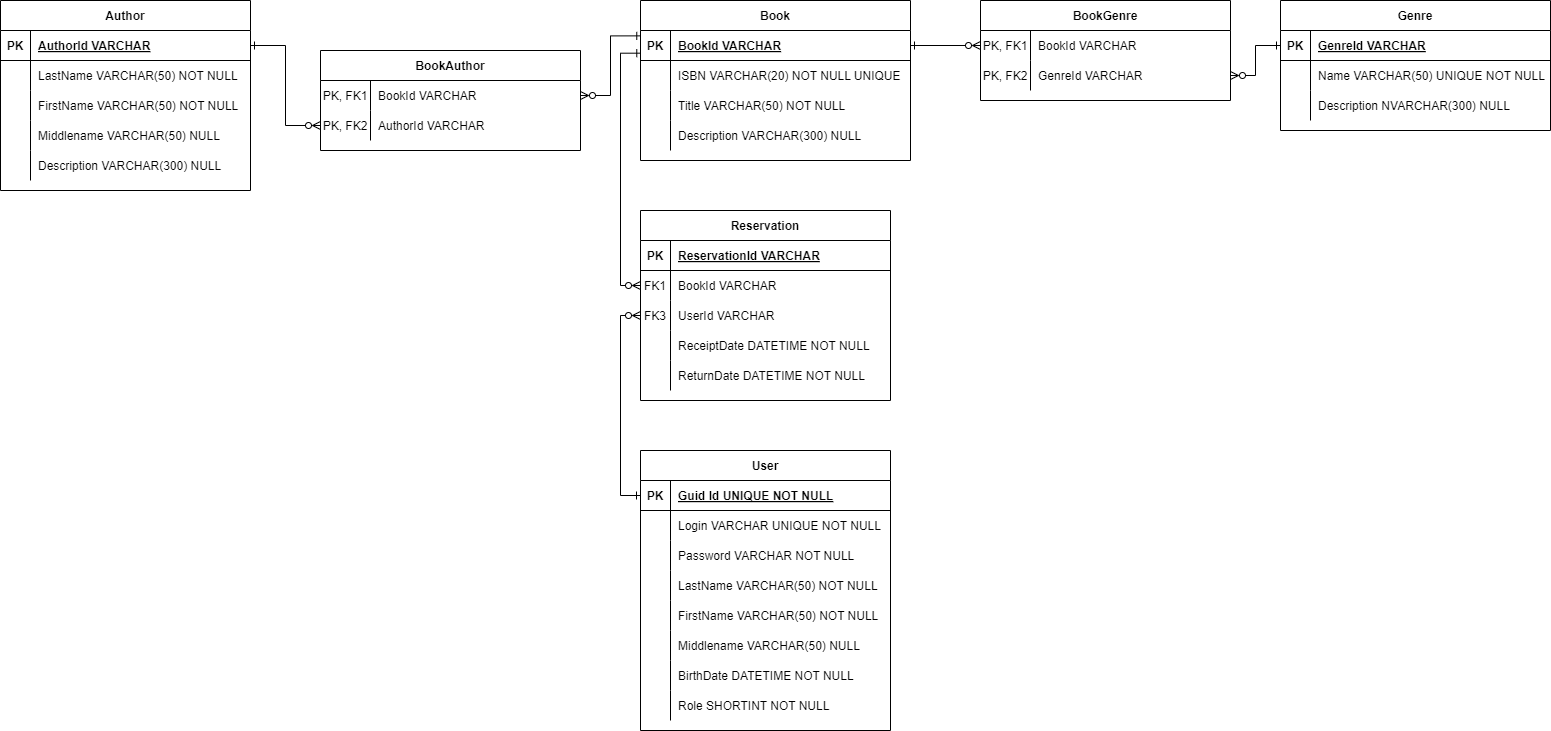
Clach-dev/Library keeps this draw.io diagram as Images/LibraryDatabase.png. Above is the earlier version. Source tidied: cells renumbered, new cells last; positions are measured from the earlier drawing's top-left corner, leaving out a move shared by most shapes.
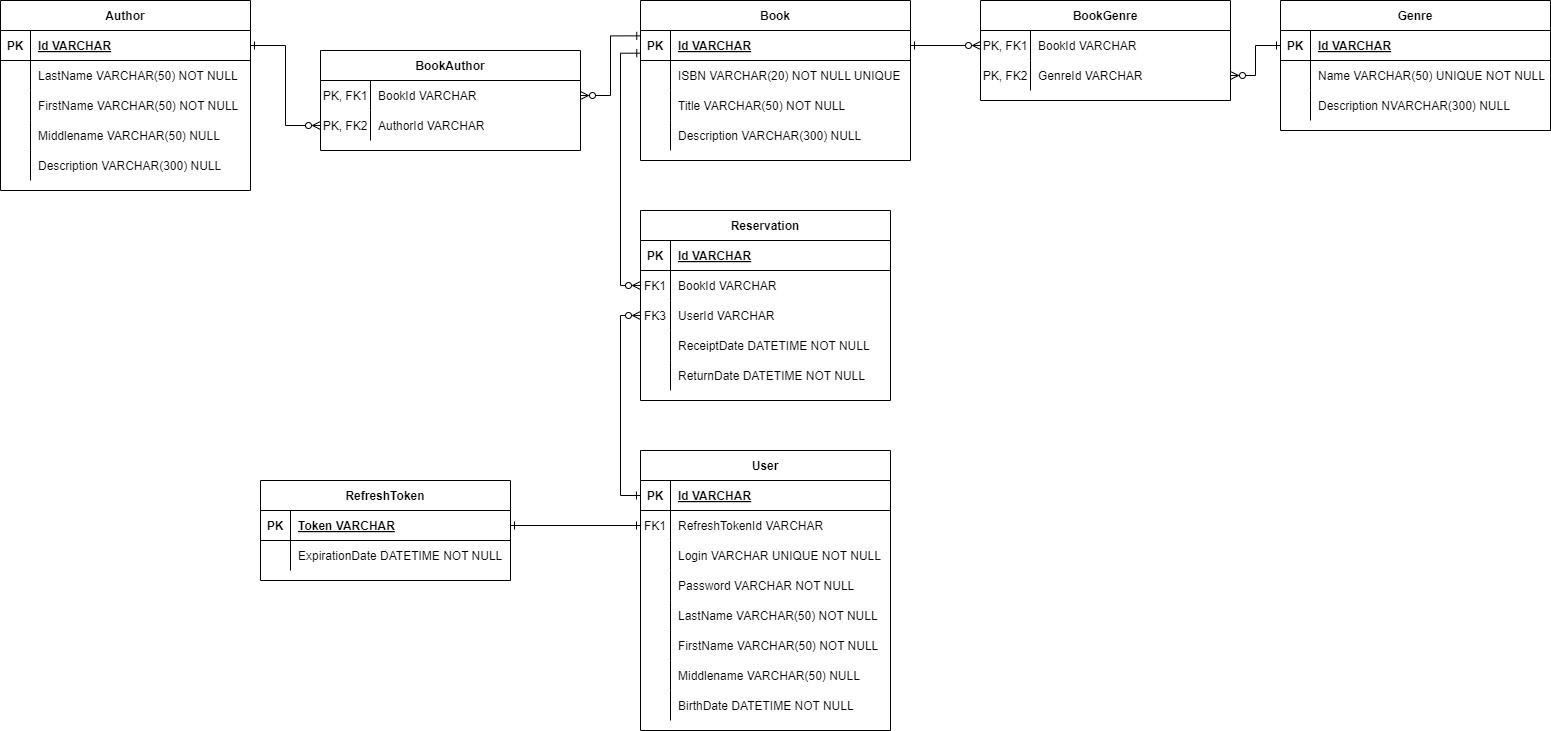
After the commit.

Change to the diagram source:
```diff
@@ -32,7 +32,7 @@
     <mxCell id="11" value="PK" style="shape=partialRectangle;overflow=hidden;fillColor=none;top=0;left=0;bottom=0;right=0;fontStyle=1;" parent="10" vertex="1">
       <mxGeometry width="30" height="30" as="geometry" />
     </mxCell>
-    <mxCell id="12" value="BookId VARCHAR" style="shape=partialRectangle;overflow=hidden;fillColor=none;top=0;left=0;bottom=0;right=0;align=left;spacingLeft=6;fontStyle=5;" parent="10" vertex="1">
+    <mxCell id="12" value="Id VARCHAR" style="shape=partialRectangle;overflow=hidden;fillColor=none;top=0;left=0;bottom=0;right=0;align=left;spacingLeft=6;fontStyle=5;" parent="10" vertex="1">
       <mxGeometry x="30" width="240" height="30" as="geometry" />
     </mxCell>
     <mxCell id="13" style="shape=partialRectangle;fillColor=none;top=0;left=0;right=0;bottom=0;" parent="9" vertex="1">
@@ -71,7 +71,7 @@
     <mxCell id="24" value="PK" style="shape=partialRectangle;overflow=hidden;fillColor=none;top=0;left=0;bottom=0;right=0;fontStyle=1;" parent="23" vertex="1">
       <mxGeometry width="30" height="30" as="geometry" />
     </mxCell>
-    <mxCell id="25" value="GenreId VARCHAR" style="shape=partialRectangle;overflow=hidden;fillColor=none;top=0;left=0;bottom=0;right=0;align=left;spacingLeft=6;fontStyle=5;" parent="23" vertex="1">
+    <mxCell id="25" value="Id VARCHAR" style="shape=partialRectangle;overflow=hidden;fillColor=none;top=0;left=0;bottom=0;right=0;align=left;spacingLeft=6;fontStyle=5;" parent="23" vertex="1">
       <mxGeometry x="30" width="240" height="30" as="geometry" />
     </mxCell>
     <mxCell id="26" style="shape=partialRectangle;fillColor=none;top=0;left=0;right=0;bottom=0;" parent="22" vertex="1">
@@ -101,7 +101,7 @@
     <mxCell id="34" value="PK" style="shape=partialRectangle;overflow=hidden;fillColor=none;top=0;left=0;bottom=0;right=0;fontStyle=1;" parent="33" vertex="1">
       <mxGeometry width="30" height="30" as="geometry" />
     </mxCell>
-    <mxCell id="35" value="AuthorId VARCHAR" style="shape=partialRectangle;overflow=hidden;fillColor=none;top=0;left=0;bottom=0;right=0;align=left;spacingLeft=6;fontStyle=5;" parent="33" vertex="1">
+    <mxCell id="35" value="Id VARCHAR" style="shape=partialRectangle;overflow=hidden;fillColor=none;top=0;left=0;bottom=0;right=0;align=left;spacingLeft=6;fontStyle=5;" parent="33" vertex="1">
       <mxGeometry x="30" width="220" height="30" as="geometry" />
     </mxCell>
     <mxCell id="36" style="shape=partialRectangle;fillColor=none;top=0;left=0;right=0;bottom=0;" parent="32" vertex="1">
@@ -149,20 +149,29 @@
     <mxCell id="50" value="PK" style="shape=partialRectangle;overflow=hidden;fillColor=none;top=0;left=0;bottom=0;right=0;fontStyle=1;" parent="49" vertex="1">
       <mxGeometry width="30" height="30" as="geometry" />
     </mxCell>
-    <mxCell id="51" value="Guid Id UNIQUE NOT NULL" style="shape=partialRectangle;overflow=hidden;fillColor=none;top=0;left=0;bottom=0;right=0;align=left;spacingLeft=6;fontStyle=5;" parent="49" vertex="1">
+    <mxCell id="51" value="Id VARCHAR" style="shape=partialRectangle;overflow=hidden;fillColor=none;top=0;left=0;bottom=0;right=0;align=left;spacingLeft=6;fontStyle=5;" parent="49" vertex="1">
       <mxGeometry x="30" width="220" height="30" as="geometry" />
     </mxCell>
     <mxCell id="52" style="shape=partialRectangle;fillColor=none;points=[[0,0.5],[1,0.5]];portConstraint=eastwest;top=0;left=0;right=0;bottom=0;" parent="48" vertex="1">
       <mxGeometry y="60" width="250" height="30" as="geometry" />
     </mxCell>
-    <mxCell id="53" style="shape=partialRectangle;overflow=hidden;fillColor=none;top=0;left=0;bottom=0;right=0;" parent="52" vertex="1">
+    <mxCell id="53" value="FK1" style="shape=partialRectangle;overflow=hidden;fillColor=none;top=0;left=0;bottom=0;right=0;" parent="52" vertex="1">
       <mxGeometry width="30" height="30" as="geometry" />
     </mxCell>
-    <mxCell id="54" value="Login VARCHAR UNIQUE NOT NULL" style="shape=partialRectangle;overflow=hidden;fillColor=none;top=0;left=0;bottom=0;right=0;align=left;spacingLeft=6;" parent="52" vertex="1">
+    <mxCell id="54" value="RefreshTokenId VARCHAR" style="shape=partialRectangle;overflow=hidden;fillColor=none;top=0;left=0;bottom=0;right=0;align=left;spacingLeft=6;" parent="52" vertex="1">
       <mxGeometry x="30" width="220" height="30" as="geometry" />
     </mxCell>
+    <mxCell id="102" style="shape=partialRectangle;fillColor=none;top=0;left=0;right=0;bottom=0;" parent="48" vertex="1">
+      <mxGeometry y="90" width="250" height="30" as="geometry" />
+    </mxCell>
+    <mxCell id="103" style="shape=partialRectangle;overflow=hidden;fillColor=none;top=0;left=0;bottom=0;right=0;" parent="102" vertex="1">
+      <mxGeometry width="30" height="30" as="geometry" />
+    </mxCell>
+    <mxCell id="104" value="Login VARCHAR UNIQUE NOT NULL" style="shape=partialRectangle;overflow=hidden;fillColor=none;top=0;left=0;bottom=0;right=0;align=left;spacingLeft=6;" parent="102" vertex="1">
+      <mxGeometry x="30" width="220" height="30" as="geometry" />
+    </mxCell>
     <mxCell id="55" style="shape=partialRectangle;fillColor=none;top=0;left=0;right=0;bottom=0;" parent="48" vertex="1">
-      <mxGeometry y="90" width="250" height="30" as="geometry" />
+      <mxGeometry y="120" width="250" height="30" as="geometry" />
     </mxCell>
     <mxCell id="56" style="shape=partialRectangle;overflow=hidden;fillColor=none;top=0;left=0;bottom=0;right=0;" parent="55" vertex="1">
       <mxGeometry width="30" height="30" as="geometry" />
@@ -171,7 +180,7 @@
       <mxGeometry x="30" width="220" height="30" as="geometry" />
     </mxCell>
     <mxCell id="58" style="shape=partialRectangle;fillColor=none;top=0;left=0;right=0;bottom=0;" parent="48" vertex="1">
-      <mxGeometry y="120" width="250" height="30" as="geometry" />
+      <mxGeometry y="150" width="250" height="30" as="geometry" />
     </mxCell>
     <mxCell id="59" style="shape=partialRectangle;overflow=hidden;fillColor=none;top=0;left=0;bottom=0;right=0;" parent="58" vertex="1">
       <mxGeometry width="30" height="30" as="geometry" />
@@ -180,7 +189,7 @@
       <mxGeometry x="30" width="220" height="30" as="geometry" />
     </mxCell>
     <mxCell id="61" style="shape=partialRectangle;fillColor=none;top=0;left=0;right=0;bottom=0;" parent="48" vertex="1">
-      <mxGeometry y="150" width="250" height="30" as="geometry" />
+      <mxGeometry y="180" width="250" height="30" as="geometry" />
     </mxCell>
     <mxCell id="62" style="shape=partialRectangle;overflow=hidden;fillColor=none;top=0;left=0;bottom=0;right=0;" parent="61" vertex="1">
       <mxGeometry width="30" height="30" as="geometry" />
@@ -189,7 +198,7 @@
       <mxGeometry x="30" width="220" height="30" as="geometry" />
     </mxCell>
     <mxCell id="64" style="shape=partialRectangle;fillColor=none;top=0;left=0;right=0;bottom=0;" parent="48" vertex="1">
-      <mxGeometry y="180" width="250" height="30" as="geometry" />
+      <mxGeometry y="210" width="250" height="30" as="geometry" />
     </mxCell>
     <mxCell id="65" style="shape=partialRectangle;overflow=hidden;fillColor=none;top=0;left=0;bottom=0;right=0;" parent="64" vertex="1">
       <mxGeometry width="30" height="30" as="geometry" />
@@ -198,7 +207,7 @@
       <mxGeometry x="30" width="220" height="30" as="geometry" />
     </mxCell>
     <mxCell id="67" style="shape=partialRectangle;fillColor=none;top=0;left=0;right=0;bottom=0;" parent="48" vertex="1">
-      <mxGeometry y="210" width="250" height="30" as="geometry" />
+      <mxGeometry y="240" width="250" height="30" as="geometry" />
     </mxCell>
     <mxCell id="68" style="shape=partialRectangle;overflow=hidden;fillColor=none;top=0;left=0;bottom=0;right=0;" parent="67" vertex="1">
       <mxGeometry width="30" height="30" as="geometry" />
@@ -206,15 +215,6 @@
     <mxCell id="69" value="BirthDate DATETIME NOT NULL" style="shape=partialRectangle;overflow=hidden;fillColor=none;top=0;left=0;bottom=0;right=0;align=left;spacingLeft=6;" parent="67" vertex="1">
       <mxGeometry x="30" width="220" height="30" as="geometry" />
     </mxCell>
-    <mxCell id="70" style="shape=partialRectangle;fillColor=none;top=0;left=0;right=0;bottom=0;" parent="48" vertex="1">
-      <mxGeometry y="240" width="250" height="30" as="geometry" />
-    </mxCell>
-    <mxCell id="71" style="shape=partialRectangle;overflow=hidden;fillColor=none;top=0;left=0;bottom=0;right=0;" parent="70" vertex="1">
-      <mxGeometry width="30" height="30" as="geometry" />
-    </mxCell>
-    <mxCell id="72" value="Role SHORTINT NOT NULL" style="shape=partialRectangle;overflow=hidden;fillColor=none;top=0;left=0;bottom=0;right=0;align=left;spacingLeft=6;" parent="70" vertex="1">
-      <mxGeometry x="30" width="220" height="30" as="geometry" />
-    </mxCell>
     <mxCell id="73" value="Reservation" style="shape=table;startSize=30;rowLines=0;fontStyle=1;align=center;" parent="1" vertex="1">
       <mxGeometry x="640" y="210" width="250" height="190" as="geometry" />
     </mxCell>
@@ -224,7 +224,7 @@
     <mxCell id="75" value="PK" style="shape=partialRectangle;overflow=hidden;fillColor=none;top=0;left=0;bottom=0;right=0;fontStyle=1;" parent="74" vertex="1">
       <mxGeometry width="30" height="30" as="geometry" />
     </mxCell>
-    <mxCell id="76" value="ReservationId VARCHAR" style="shape=partialRectangle;overflow=hidden;fillColor=none;top=0;left=0;bottom=0;right=0;align=left;spacingLeft=6;fontStyle=5;" parent="74" vertex="1">
+    <mxCell id="76" value="Id VARCHAR" style="shape=partialRectangle;overflow=hidden;fillColor=none;top=0;left=0;bottom=0;right=0;align=left;spacingLeft=6;fontStyle=5;" parent="74" vertex="1">
       <mxGeometry x="30" width="220" height="30" as="geometry" />
     </mxCell>
     <mxCell id="77" style="shape=partialRectangle;fillColor=none;points=[[0,0.5],[1,0.5]];portConstraint=eastwest;top=0;left=0;right=0;bottom=0;" parent="73" vertex="1">
@@ -307,5 +307,29 @@
     <mxCell id="101" style="edgeStyle=orthogonalEdgeStyle;rounded=0;jettySize=auto;html=1;entryX=0;entryY=0.5;entryDx=0;entryDy=0;endArrow=ERzeroToMany;endFill=0;startArrow=ERone;startFill=0;exitX=0.001;exitY=0.756;exitDx=0;exitDy=0;exitPerimeter=0;" parent="1" edge="1" source="10" target="77">
       <mxGeometry relative="1" as="geometry" />
     </mxCell>
+    <mxCell id="105" value="RefreshToken" style="shape=table;startSize=30;rowLines=0;fontStyle=1;align=center;" parent="1" vertex="1">
+      <mxGeometry x="260" y="480" width="250" height="100" as="geometry" />
+    </mxCell>
+    <mxCell id="106" style="shape=partialRectangle;fillColor=none;points=[[0,0.5],[1,0.5]];portConstraint=eastwest;top=0;left=0;right=0;bottom=1;" parent="105" vertex="1">
+      <mxGeometry y="30" width="250" height="30" as="geometry" />
+    </mxCell>
+    <mxCell id="107" value="PK" style="shape=partialRectangle;overflow=hidden;fillColor=none;top=0;left=0;bottom=0;right=0;fontStyle=1;" parent="106" vertex="1">
+      <mxGeometry width="30" height="30" as="geometry" />
+    </mxCell>
+    <mxCell id="108" value="Token VARCHAR" style="shape=partialRectangle;overflow=hidden;fillColor=none;top=0;left=0;bottom=0;right=0;align=left;spacingLeft=6;fontStyle=5;" parent="106" vertex="1">
+      <mxGeometry x="30" width="220" height="30" as="geometry" />
+    </mxCell>
+    <mxCell id="109" style="shape=partialRectangle;fillColor=none;top=0;left=0;right=0;bottom=0;" parent="105" vertex="1">
+      <mxGeometry y="60" width="250" height="30" as="geometry" />
+    </mxCell>
+    <mxCell id="110" style="shape=partialRectangle;overflow=hidden;fillColor=none;top=0;left=0;bottom=0;right=0;" parent="109" vertex="1">
+      <mxGeometry width="30" height="30" as="geometry" />
+    </mxCell>
+    <mxCell id="111" value="ExpirationDate DATETIME NOT NULL" style="shape=partialRectangle;overflow=hidden;fillColor=none;top=0;left=0;bottom=0;right=0;align=left;spacingLeft=6;" parent="109" vertex="1">
+      <mxGeometry x="30" width="220" height="30" as="geometry" />
+    </mxCell>
+    <mxCell id="112" style="edgeStyle=orthogonalEdgeStyle;rounded=0;jettySize=auto;html=1;entryX=0;entryY=0.5;entryDx=0;entryDy=0;endArrow=ERone;endFill=0;startArrow=ERone;startFill=0;exitX=1;exitY=0.5;exitDx=0;exitDy=0;" parent="1" edge="1" source="106" target="52">
+      <mxGeometry relative="1" as="geometry" />
+    </mxCell>
   </root>
 </mxGraphModel>
```
